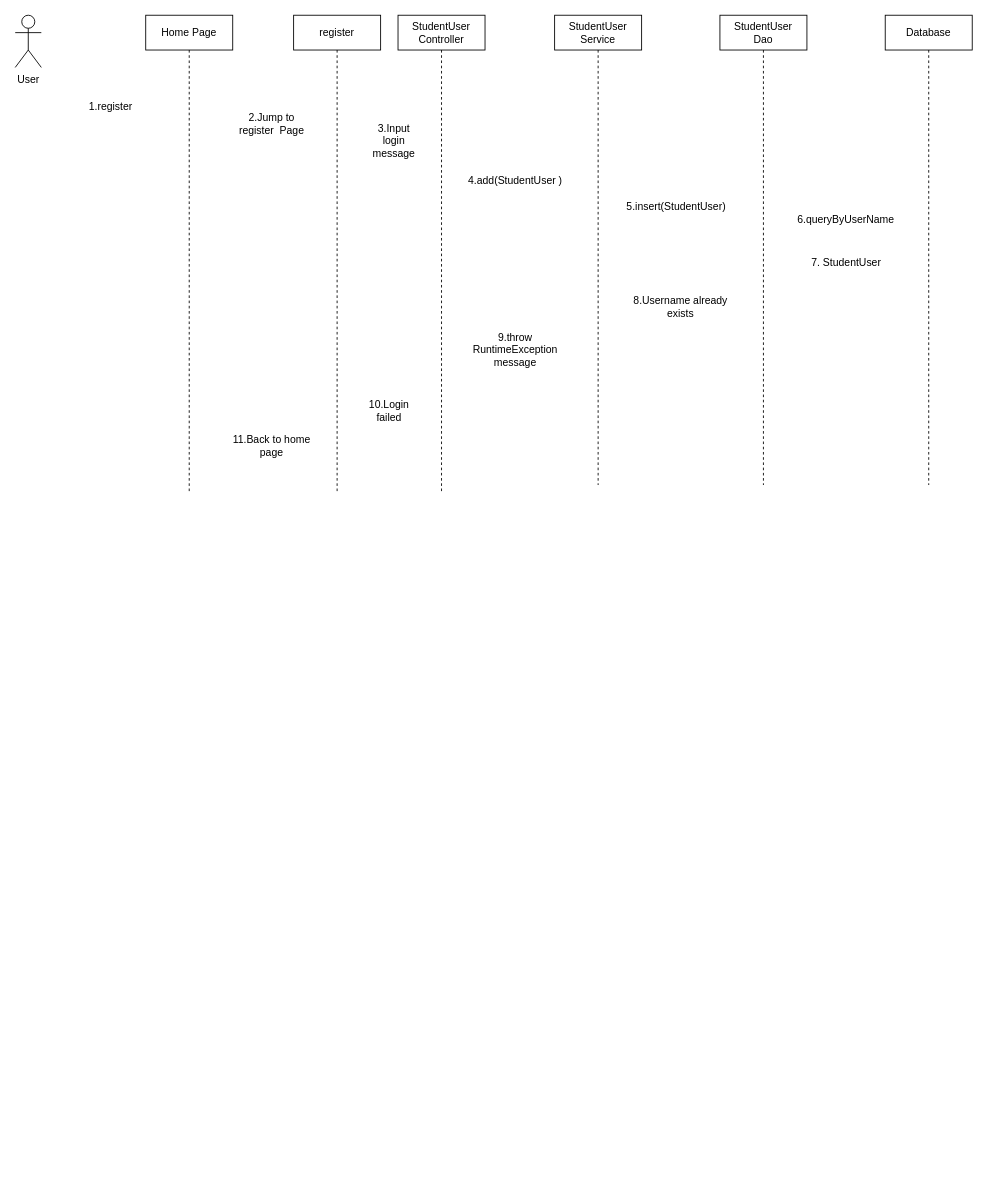
This is Final_project_Sequence_diagram.drawio from vriusc/Intelligent-Tutoring-System, a draw.io file, before an edit. Source tidied: cells renumbered, new cells numbered last; positions are measured from the earlier drawing's top-left corner, leaving out a move shared by most shapes. Both pictures are drawn from the tidied source at 87%, with x=0, y=0 at pixel (15, 15).
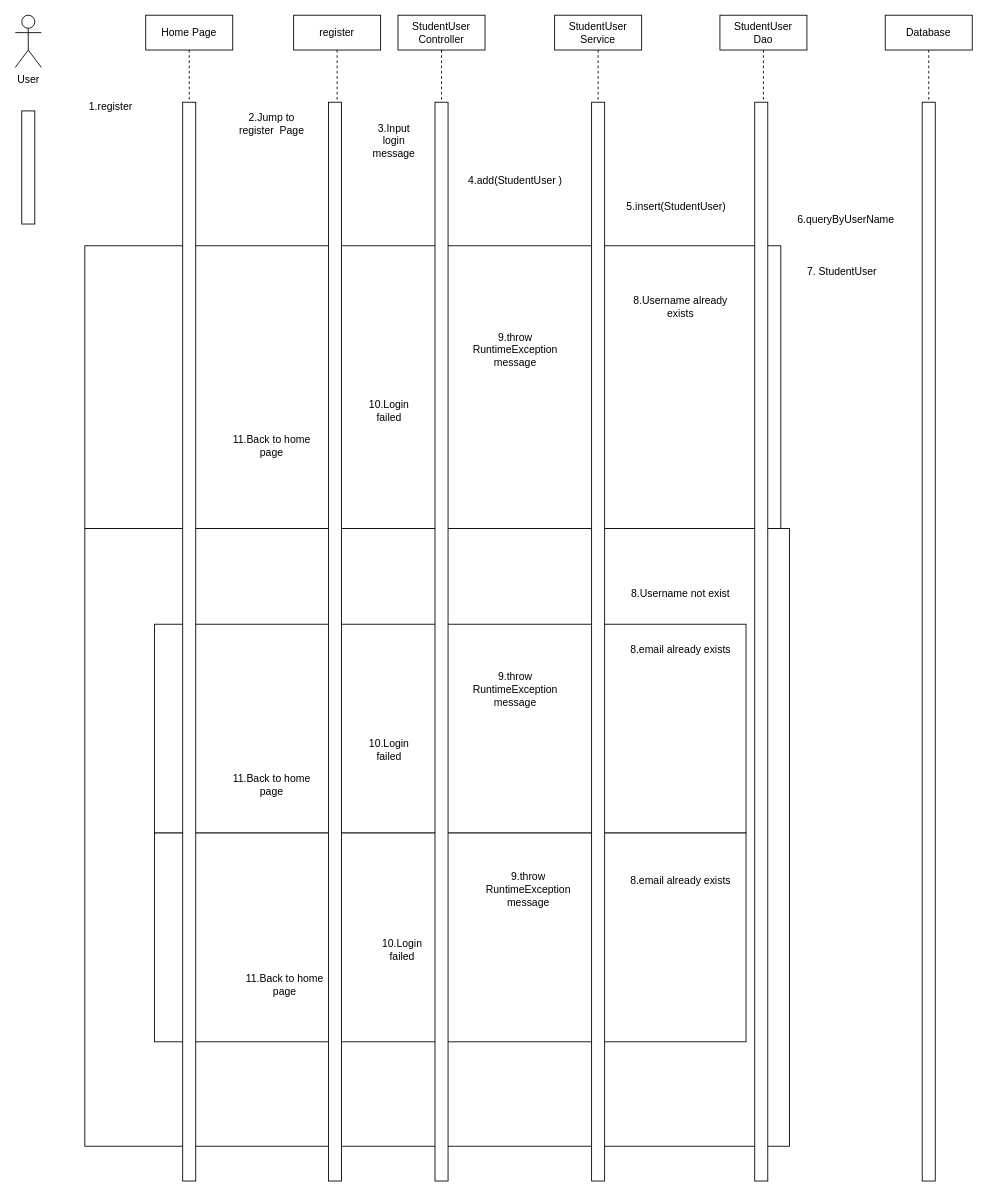
The same page after the edit.

What changed in the source:
```diff
@@
+    <mxCell id="20" style="rounded=0;whiteSpace=wrap;html=1;" parent="1" vertex="1">
+      <mxGeometry x="80" y="590" width="810" height="710" as="geometry" />
+    </mxCell>
+    <mxCell id="21" style="rounded=0;whiteSpace=wrap;html=1;" parent="1" vertex="1">
+      <mxGeometry x="160" y="700" width="680" height="240" as="geometry" />
+    </mxCell>
+    <mxCell id="22" style="rounded=0;whiteSpace=wrap;html=1;" parent="1" vertex="1">
+      <mxGeometry x="80" y="265" width="800" height="325" as="geometry" />
+    </mxCell>
@@
     <mxCell id="4" value="StudentUser&lt;br&gt;Dao" style="shape=umlLifeline;perimeter=lifelinePerimeter;whiteSpace=wrap;html=1;newEdgeStyle={&quot;edgeStyle&quot;:&quot;elbowEdgeStyle&quot;,&quot;elbow&quot;:&quot;vertical&quot;,&quot;curved&quot;:0,&quot;rounded&quot;:0};" parent="1" vertex="1">
-      <mxGeometry x="810" width="100" height="540" as="geometry" />
+      <mxGeometry x="810" width="100" height="870" as="geometry" />
     </mxCell>
     <mxCell id="5" value="Database" style="shape=umlLifeline;perimeter=lifelinePerimeter;whiteSpace=wrap;html=1;newEdgeStyle={&quot;edgeStyle&quot;:&quot;elbowEdgeStyle&quot;,&quot;elbow&quot;:&quot;vertical&quot;,&quot;curved&quot;:0,&quot;rounded&quot;:0};" parent="1" vertex="1">
-      <mxGeometry x="1000" width="100" height="540" as="geometry" />
+      <mxGeometry x="1000" width="100" height="860" as="geometry" />
     </mxCell>
@@
     <mxCell id="15" value="7. StudentUser" style="text;html=1;align=center;verticalAlign=middle;strokeColor=none;fillColor=none;" parent="1" vertex="1">
-      <mxGeometry x="905" y="270" width="100" height="30" as="geometry" />
+      <mxGeometry x="900" y="280" width="100" height="30" as="geometry" />
     </mxCell>
@@
+    <mxCell id="23" value="8.Username not exist" style="text;html=1;strokeColor=none;fillColor=none;align=center;verticalAlign=middle;whiteSpace=wrap;rounded=0;" parent="1" vertex="1">
+      <mxGeometry x="700" y="650" width="130" height="30" as="geometry" />
+    </mxCell>
+    <mxCell id="24" value="8.email already exists" style="text;html=1;strokeColor=none;fillColor=none;align=center;verticalAlign=middle;whiteSpace=wrap;rounded=0;" parent="1" vertex="1">
+      <mxGeometry x="700" y="715" width="130" height="30" as="geometry" />
+    </mxCell>
+    <mxCell id="25" value="9.throw&lt;br&gt;RuntimeException&lt;br&gt;message" style="text;html=1;strokeColor=none;fillColor=none;align=center;verticalAlign=middle;whiteSpace=wrap;rounded=0;" parent="1" vertex="1">
+      <mxGeometry x="545" y="760" width="60" height="30" as="geometry" />
+    </mxCell>
+    <mxCell id="26" value="10.Login failed" style="text;html=1;strokeColor=none;fillColor=none;align=center;verticalAlign=middle;whiteSpace=wrap;rounded=0;" parent="1" vertex="1">
+      <mxGeometry x="400" y="830" width="60" height="30" as="geometry" />
+    </mxCell>
+    <mxCell id="27" value="11.Back to home page" style="text;html=1;strokeColor=none;fillColor=none;align=center;verticalAlign=middle;whiteSpace=wrap;rounded=0;" parent="1" vertex="1">
+      <mxGeometry x="240" y="870" width="110" height="30" as="geometry" />
+    </mxCell>
+    <mxCell id="28" style="rounded=0;whiteSpace=wrap;html=1;" parent="1" vertex="1">
+      <mxGeometry x="160" y="940" width="680" height="240" as="geometry" />
+    </mxCell>
+    <mxCell id="29" value="8.email already exists" style="text;html=1;strokeColor=none;fillColor=none;align=center;verticalAlign=middle;whiteSpace=wrap;rounded=0;" parent="1" vertex="1">
+      <mxGeometry x="700" y="980" width="130" height="30" as="geometry" />
+    </mxCell>
+    <mxCell id="30" value="9.throw&lt;br&gt;RuntimeException&lt;br&gt;message" style="text;html=1;strokeColor=none;fillColor=none;align=center;verticalAlign=middle;whiteSpace=wrap;rounded=0;" parent="1" vertex="1">
+      <mxGeometry x="560" y="990" width="60" height="30" as="geometry" />
+    </mxCell>
+    <mxCell id="31" value="10.Login failed" style="text;html=1;strokeColor=none;fillColor=none;align=center;verticalAlign=middle;whiteSpace=wrap;rounded=0;" parent="1" vertex="1">
+      <mxGeometry x="415" y="1060" width="60" height="30" as="geometry" />
+    </mxCell>
+    <mxCell id="32" value="11.Back to home page" style="text;html=1;strokeColor=none;fillColor=none;align=center;verticalAlign=middle;whiteSpace=wrap;rounded=0;" parent="1" vertex="1">
+      <mxGeometry x="255" y="1100" width="110" height="30" as="geometry" />
+    </mxCell>
+    <mxCell id="33" style="rounded=0;whiteSpace=wrap;html=1;" parent="1" vertex="1">
+      <mxGeometry x="192.5" y="100" width="15" height="1240" as="geometry" />
+    </mxCell>
+    <mxCell id="34" style="rounded=0;whiteSpace=wrap;html=1;" parent="1" vertex="1">
+      <mxGeometry x="360" y="100" width="15" height="1240" as="geometry" />
+    </mxCell>
+    <mxCell id="35" style="rounded=0;whiteSpace=wrap;html=1;" parent="1" vertex="1">
+      <mxGeometry x="662.5" y="100" width="15" height="1240" as="geometry" />
+    </mxCell>
+    <mxCell id="36" style="rounded=0;whiteSpace=wrap;html=1;" parent="1" vertex="1">
+      <mxGeometry x="482.5" y="100" width="15" height="1240" as="geometry" />
+    </mxCell>
+    <mxCell id="37" style="rounded=0;whiteSpace=wrap;html=1;" parent="1" vertex="1">
+      <mxGeometry x="850" y="100" width="15" height="1240" as="geometry" />
+    </mxCell>
+    <mxCell id="38" style="rounded=0;whiteSpace=wrap;html=1;" parent="1" vertex="1">
+      <mxGeometry x="1042.5" y="100" width="15" height="1240" as="geometry" />
+    </mxCell>
+    <mxCell id="39" style="rounded=0;whiteSpace=wrap;html=1;" parent="1" vertex="1">
+      <mxGeometry x="7.5" y="110" width="15" height="130" as="geometry" />
+    </mxCell>
```
